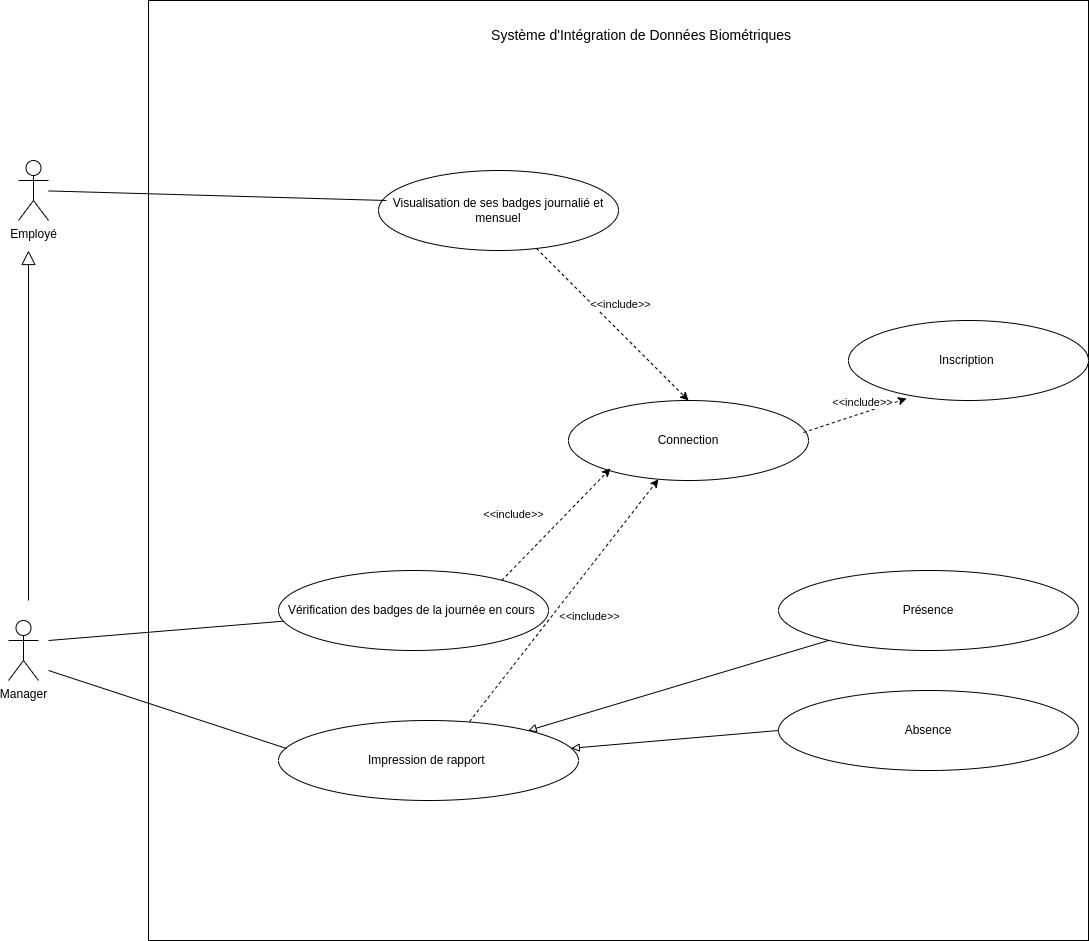
Above: static/Diagramme de cas d'utilisation.drawio.png in Siluearsene/borne_biometrique (draw.io), before the change. Source tidied: cells renumbered, new cells last; positions are measured from the earlier drawing's top-left corner, leaving out a move shared by most shapes.
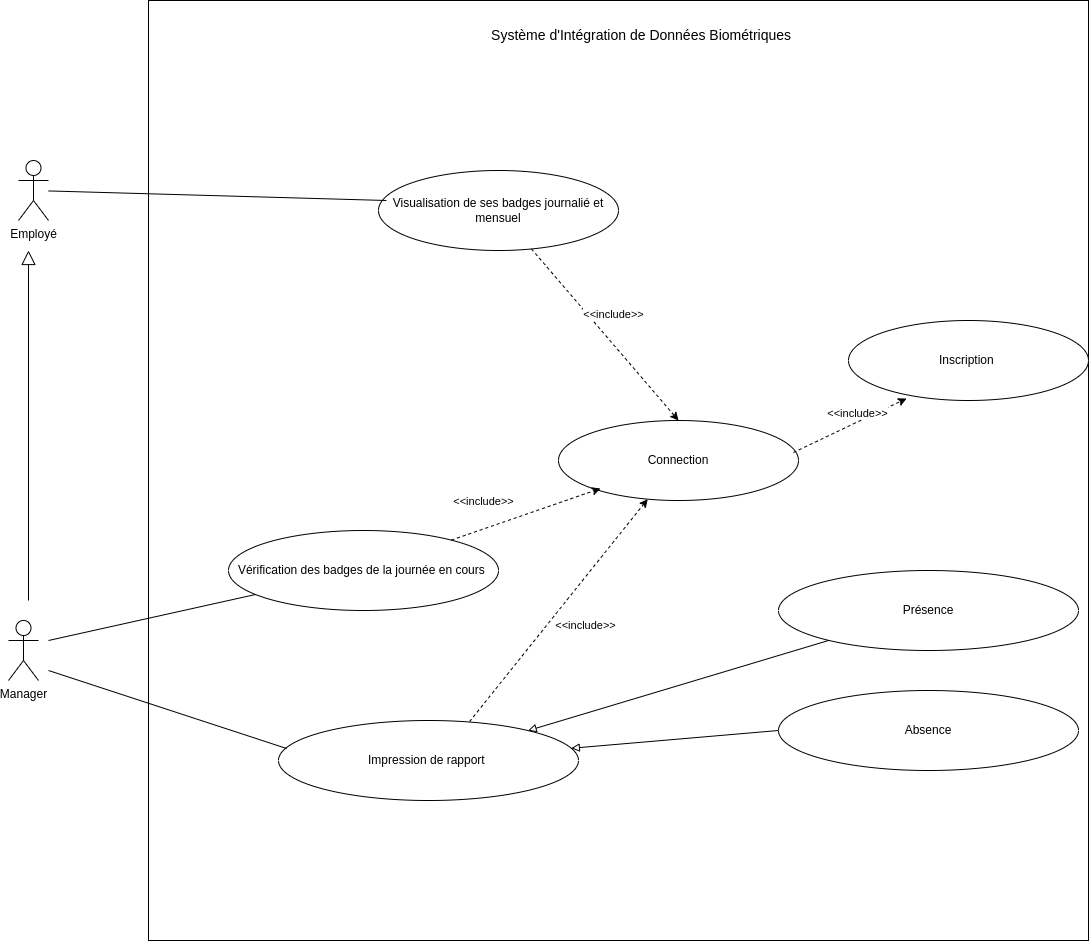
After the change.

Commit message:
Mettre à jour Diagramme de cas d'utilisation.drawio.png

What changed in the source:
```diff
@@ -24,10 +24,10 @@
       <mxGeometry x="370" y="170" width="240" height="80" as="geometry" />
     </mxCell>
     <mxCell id="8" value="Connection" style="ellipse;whiteSpace=wrap;html=1;" parent="1" vertex="1">
-      <mxGeometry x="560" y="400" width="240" height="80" as="geometry" />
+      <mxGeometry x="550" y="420" width="240" height="80" as="geometry" />
     </mxCell>
     <mxCell id="9" value="Vérification des badges de la journée en cours&amp;nbsp;" style="ellipse;whiteSpace=wrap;html=1;" parent="1" vertex="1">
-      <mxGeometry x="270" y="570" width="270" height="80" as="geometry" />
+      <mxGeometry x="220" y="530" width="270" height="80" as="geometry" />
     </mxCell>
     <mxCell id="10" value="Présence" style="ellipse;whiteSpace=wrap;html=1;" parent="1" vertex="1">
       <mxGeometry x="770" y="570" width="300" height="80" as="geometry" />
@@ -65,10 +65,8 @@
     <mxCell id="19" value="Inscription&amp;nbsp;" style="ellipse;whiteSpace=wrap;html=1;" parent="1" vertex="1">
       <mxGeometry x="840" y="320" width="240" height="80" as="geometry" />
     </mxCell>
-    <mxCell id="20" style="endArrow=classic;html=1;rounded=0;dashed=1;entryX=0.175;entryY=0.85;entryDx=0;entryDy=0;entryPerimeter=0;" parent="1" edge="1" target="8">
-      <mxGeometry relative="1" as="geometry">
-        <mxPoint x="493.2" y="580" as="sourcePoint" />
-      </mxGeometry>
+    <mxCell id="20" style="endArrow=classic;html=1;rounded=0;dashed=1;entryX=0.175;entryY=0.85;entryDx=0;entryDy=0;entryPerimeter=0;" parent="1" edge="1" source="9" target="8">
+      <mxGeometry relative="1" as="geometry" />
     </mxCell>
     <mxCell id="21" value="&lt;font style=&quot;font-size: 11px;&quot;&gt;&amp;lt;&amp;lt;include&amp;gt;&lt;/font&gt;&amp;gt;" style="edgeLabel;html=1;align=center;verticalAlign=middle;" parent="20" vertex="1">
       <mxGeometry x="-0.08" y="2" relative="1" as="geometry">
```
